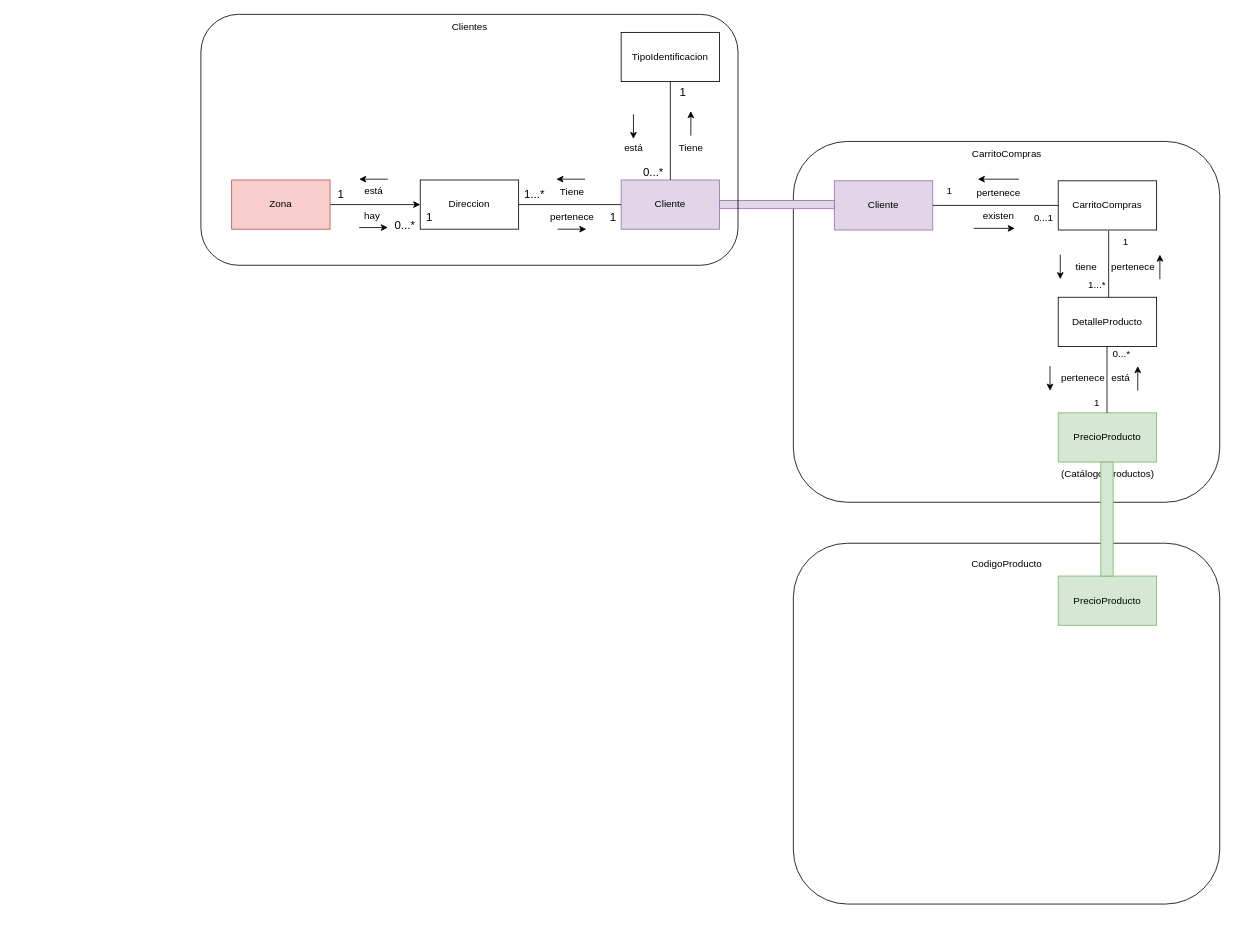
The draw.io diagram page "ContextMapping V1" (6 of 7) of TiendaOnline_Disenio.drawio in andrescardo98/doo, before the edit. Source tidied: cells renumbered, new cells numbered last; positions are measured from the earlier drawing's top-left corner, leaving out a move shared by most shapes. Both pictures are drawn from the tidied source at 82%, with x=0, y=0 at pixel (201, 14).
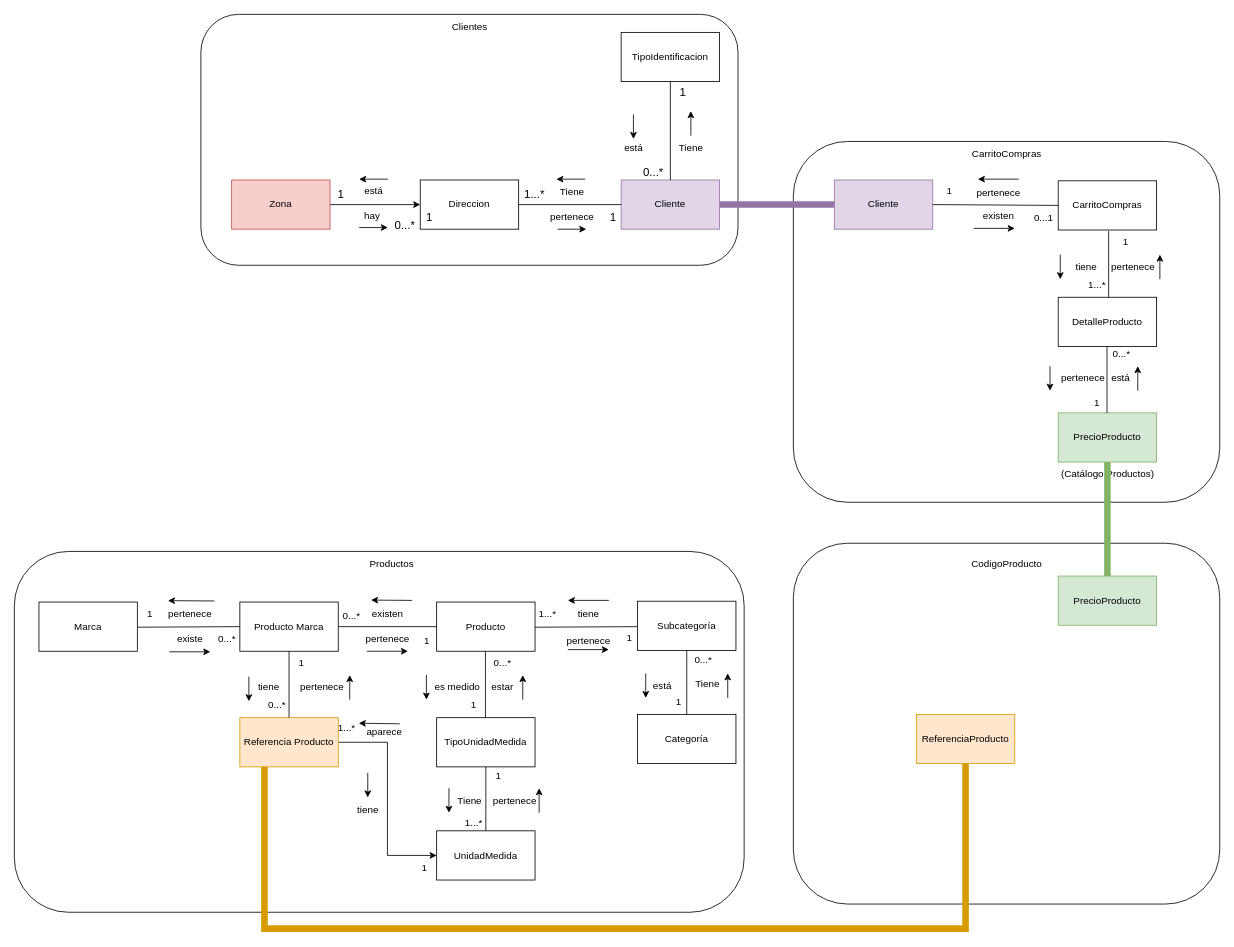
After the change.

Unchanged cells that the change refers to:
```xml
<mxCell id="4" value="PrecioProducto" style="rounded=0;whiteSpace=wrap;html=1;fillColor=#d5e8d4;strokeColor=#82b366;" parent="1" vertex="1">
  <mxGeometry x="1045" y="486" width="120" height="60" as="geometry" />
</mxCell>
<mxCell id="32" value="Cliente" style="rounded=0;whiteSpace=wrap;html=1;fillColor=#e1d5e7;strokeColor=#9673a6;" parent="1" vertex="1">
  <mxGeometry x="512" y="202" width="120" height="60" as="geometry" />
</mxCell>
<mxCell id="33" value="TipoIdentificacion" style="rounded=0;whiteSpace=wrap;html=1;" parent="1" vertex="1">
  <mxGeometry x="512" y="22" width="120" height="60" as="geometry" />
</mxCell>
<mxCell id="61" value="PrecioProducto" style="rounded=0;whiteSpace=wrap;html=1;fillColor=#d5e8d4;strokeColor=#82b366;" parent="1" vertex="1">
  <mxGeometry x="1045" y="685" width="120" height="60" as="geometry" />
</mxCell>
```

What changed in the source:
```diff
@@
     <mxCell id="3" value="Cliente" style="rounded=0;whiteSpace=wrap;html=1;fillColor=#e1d5e7;strokeColor=#9673a6;" parent="1" vertex="1">
-      <mxGeometry x="772" y="203" width="120" height="60" as="geometry" />
+      <mxGeometry x="772" y="202" width="120" height="60" as="geometry" />
     </mxCell>
@@
-    <mxCell id="30" style="rounded=0;whiteSpace=wrap;html=1;fillColor=#e1d5e7;strokeColor=#9673a6;" parent="1" vertex="1">
-      <mxGeometry x="632" y="227" width="140" height="10" as="geometry" />
-    </mxCell>
@@
+    <mxCell id="63" style="edgeStyle=orthogonalEdgeStyle;rounded=0;jettySize=auto;html=1;exitX=1;exitY=0.5;exitDx=0;exitDy=0;entryX=0;entryY=0.5;entryDx=0;entryDy=0;endArrow=none;endFill=0;strokeWidth=8;fillColor=#e1d5e7;strokeColor=#9673a6;" parent="1" edge="1" source="32" target="3">
+      <mxGeometry relative="1" as="geometry" />
+    </mxCell>
@@
-    <mxCell id="34" style="endArrow=none;html=1;rounded=0;entryX=0.5;entryY=1;entryDx=0;entryDy=0;exitX=0.5;exitY=0;exitDx=0;exitDy=0;" parent="1" edge="1" source="32" target="33">
+    <mxCell id="34" style="endArrow=none;html=1;rounded=0;entryX=0.5;entryY=1;entryDx=0;entryDy=0;exitX=0.5;exitY=0;exitDx=0;exitDy=0;strokeWidth=1;" parent="1" edge="1" source="32" target="33">
       <mxGeometry relative="1" as="geometry" />
     </mxCell>
@@
+    <mxCell id="64" style="edgeStyle=orthogonalEdgeStyle;rounded=0;jettySize=auto;html=1;exitX=0.5;exitY=0;exitDx=0;exitDy=0;entryX=0.5;entryY=1;entryDx=0;entryDy=0;endArrow=none;endFill=0;strokeWidth=8;fillColor=#d5e8d4;strokeColor=#82b366;" parent="1" edge="1" source="61" target="4">
+      <mxGeometry relative="1" as="geometry" />
+    </mxCell>
@@
-    <mxCell id="62" style="rounded=0;whiteSpace=wrap;html=1;fillColor=#d5e8d4;strokeColor=#82b366;" parent="1" vertex="1">
-      <mxGeometry x="1097" y="546" width="15" height="139" as="geometry" />
-    </mxCell>
+    <mxCell id="65" value="ReferenciaProducto" style="rounded=0;whiteSpace=wrap;html=1;fillColor=#ffe6cc;strokeColor=#d79b00;" parent="1" vertex="1">
+      <mxGeometry x="872" y="853.7" width="120" height="60" as="geometry" />
+    </mxCell>
+    <mxCell id="66" style="rounded=1;whiteSpace=wrap;html=1;gradientColor=none;fillColor=none;" parent="1" vertex="1">
+      <mxGeometry x="-228" y="655" width="890" height="440" as="geometry" />
+    </mxCell>
+    <mxCell id="67" value="Productos" style="text;html=1;align=center;verticalAlign=middle;strokeColor=none;fillColor=none;" parent="1" vertex="1">
+      <mxGeometry x="192" y="655" width="80" height="30" as="geometry" />
+    </mxCell>
+    <mxCell id="68" value="Producto" style="rounded=0;whiteSpace=wrap;html=1;" parent="1" vertex="1">
+      <mxGeometry x="287" y="716.7" width="120" height="60" as="geometry" />
+    </mxCell>
+    <mxCell id="69" value="Producto Marca" style="rounded=0;whiteSpace=wrap;html=1;" parent="1" vertex="1">
+      <mxGeometry x="47" y="716.7" width="120" height="60" as="geometry" />
+    </mxCell>
+    <mxCell id="70" value="Marca" style="rounded=0;whiteSpace=wrap;html=1;" parent="1" vertex="1">
+      <mxGeometry x="-198" y="716.7" width="120" height="60" as="geometry" />
+    </mxCell>
+    <mxCell id="71" style="endArrow=none;html=1;rounded=0;exitX=1;exitY=0.5;exitDx=0;exitDy=0;entryX=0;entryY=0.5;entryDx=0;entryDy=0;" parent="1" edge="1" source="69" target="68">
+      <mxGeometry relative="1" as="geometry" />
+    </mxCell>
+    <mxCell id="72" value="pertenece" style="text;html=1;align=center;verticalAlign=middle;strokeColor=none;fillColor=none;" parent="1" vertex="1">
+      <mxGeometry x="187" y="746.7" width="80" height="30" as="geometry" />
+    </mxCell>
+    <mxCell id="73" style="endArrow=classic;html=1;rounded=0;" parent="1" edge="1">
+      <mxGeometry relative="1" as="geometry">
+        <mxPoint x="202" y="776.7" as="sourcePoint" />
+        <mxPoint x="252" y="776.7" as="targetPoint" />
+      </mxGeometry>
+    </mxCell>
+    <mxCell id="74" value="1" style="text;html=1;align=center;verticalAlign=middle;strokeColor=none;fillColor=none;" parent="1" vertex="1">
+      <mxGeometry x="260" y="749.4" width="30" height="30" as="geometry" />
+    </mxCell>
+    <mxCell id="75" value="existen" style="text;html=1;align=center;verticalAlign=middle;points=[];strokeColor=none;fillColor=none;" parent="1" vertex="1">
+      <mxGeometry x="197" y="716.7" width="60" height="30" as="geometry" />
+    </mxCell>
+    <mxCell id="76" style="endArrow=classic;html=1;rounded=0;entryX=0.167;entryY=-0.08;entryDx=0;entryDy=0;entryPerimeter=0;" parent="1" edge="1" target="75">
+      <mxGeometry relative="1" as="geometry">
+        <mxPoint x="257" y="714.7" as="sourcePoint" />
+      </mxGeometry>
+    </mxCell>
+    <mxCell id="77" value="0...*" style="text;html=1;align=center;verticalAlign=middle;strokeColor=none;fillColor=none;" parent="1" vertex="1">
+      <mxGeometry x="163" y="718.7" width="40" height="30" as="geometry" />
+    </mxCell>
+    <mxCell id="78" value="existe" style="text;html=1;align=center;verticalAlign=middle;strokeColor=none;fillColor=none;" parent="1" vertex="1">
+      <mxGeometry x="-39" y="747.4" width="50" height="30" as="geometry" />
+    </mxCell>
+    <mxCell id="79" style="endArrow=classic;html=1;rounded=0;" parent="1" edge="1">
+      <mxGeometry relative="1" as="geometry">
+        <mxPoint x="-39" y="777.4" as="sourcePoint" />
+        <mxPoint x="11" y="777.4" as="targetPoint" />
+      </mxGeometry>
+    </mxCell>
+    <mxCell id="80" value="0...*" style="text;html=1;align=center;verticalAlign=middle;strokeColor=none;fillColor=none;" parent="1" vertex="1">
+      <mxGeometry x="11" y="746.7" width="40" height="30" as="geometry" />
+    </mxCell>
+    <mxCell id="81" value="pertenece" style="text;html=1;align=center;verticalAlign=middle;points=[];strokeColor=none;fillColor=none;" parent="1" vertex="1">
+      <mxGeometry x="-54" y="717.4" width="80" height="30" as="geometry" />
+    </mxCell>
+    <mxCell id="82" style="endArrow=classic;html=1;rounded=0;entryX=0.167;entryY=-0.08;entryDx=0;entryDy=0;entryPerimeter=0;" parent="1" edge="1" target="81">
+      <mxGeometry relative="1" as="geometry">
+        <mxPoint x="16" y="715.4" as="sourcePoint" />
+      </mxGeometry>
+    </mxCell>
+    <mxCell id="83" value="1" style="text;html=1;align=center;verticalAlign=middle;strokeColor=none;fillColor=none;" parent="1" vertex="1">
+      <mxGeometry x="-78" y="716.7" width="30" height="30" as="geometry" />
+    </mxCell>
+    <mxCell id="84" style="endArrow=none;html=1;rounded=0;exitX=1;exitY=0.5;exitDx=0;exitDy=0;entryX=0;entryY=0.5;entryDx=0;entryDy=0;" parent="1" edge="1" target="69">
+      <mxGeometry relative="1" as="geometry">
+        <mxPoint x="-78" y="747.4" as="sourcePoint" />
+      </mxGeometry>
+    </mxCell>
+    <mxCell id="85" style="edgeStyle=orthogonalEdgeStyle;rounded=0;jettySize=auto;html=1;exitX=0.25;exitY=1;exitDx=0;exitDy=0;entryX=0.5;entryY=1;entryDx=0;entryDy=0;strokeWidth=8;endArrow=none;endFill=0;fillColor=#ffe6cc;strokeColor=#d79b00;" parent="1" edge="1" source="87" target="65">
+      <mxGeometry relative="1" as="geometry">
+        <Array as="points">
+          <mxPoint x="77" y="1115" />
+          <mxPoint x="932" y="1115" />
+        </Array>
+      </mxGeometry>
+    </mxCell>
+    <mxCell id="86" style="edgeStyle=orthogonalEdgeStyle;rounded=0;jettySize=auto;html=1;exitX=1;exitY=0.5;exitDx=0;exitDy=0;entryX=0;entryY=0.5;entryDx=0;entryDy=0;" parent="1" edge="1" source="87" target="96">
+      <mxGeometry relative="1" as="geometry" />
+    </mxCell>
+    <mxCell id="87" value="Referencia Producto" style="rounded=0;whiteSpace=wrap;html=1;fillColor=#ffe6cc;strokeColor=#d79b00;" parent="1" vertex="1">
+      <mxGeometry x="47" y="857.7" width="120" height="60" as="geometry" />
+    </mxCell>
+    <mxCell id="88" style="endArrow=none;html=1;rounded=0;exitX=0.5;exitY=0;exitDx=0;exitDy=0;entryX=0.5;entryY=1;entryDx=0;entryDy=0;" parent="1" edge="1" source="87" target="69">
+      <mxGeometry relative="1" as="geometry" />
+    </mxCell>
+    <mxCell id="89" value="pertenece" style="text;html=1;align=center;verticalAlign=middle;strokeColor=none;fillColor=none;" parent="1" vertex="1">
+      <mxGeometry x="107" y="805.7" width="80" height="30" as="geometry" />
+    </mxCell>
+    <mxCell id="90" value="1" style="text;html=1;align=center;verticalAlign=middle;strokeColor=none;fillColor=none;" parent="1" vertex="1">
+      <mxGeometry x="107" y="775.7" width="30" height="30" as="geometry" />
+    </mxCell>
+    <mxCell id="91" style="endArrow=classic;html=1;rounded=0;entryX=0.167;entryY=-0.08;entryDx=0;entryDy=0;entryPerimeter=0;" parent="1" edge="1">
+      <mxGeometry relative="1" as="geometry">
+        <mxPoint x="181" y="835.7" as="sourcePoint" />
+        <mxPoint x="181" y="805.7" as="targetPoint" />
+      </mxGeometry>
+    </mxCell>
+    <mxCell id="92" value="tiene" style="text;html=1;align=center;verticalAlign=middle;strokeColor=none;fillColor=none;" parent="1" vertex="1">
+      <mxGeometry x="57" y="805.7" width="50" height="30" as="geometry" />
+    </mxCell>
+    <mxCell id="93" style="endArrow=classic;html=1;rounded=0;exitX=1.025;exitY=1.033;exitDx=0;exitDy=0;exitPerimeter=0;" parent="1" edge="1">
+      <mxGeometry relative="1" as="geometry">
+        <mxPoint x="58" y="807.7" as="sourcePoint" />
+        <mxPoint x="58" y="837.7" as="targetPoint" />
+      </mxGeometry>
+    </mxCell>
+    <mxCell id="94" value="0...*" style="text;html=1;align=center;verticalAlign=middle;strokeColor=none;fillColor=none;" parent="1" vertex="1">
+      <mxGeometry x="72" y="827.7" width="40" height="30" as="geometry" />
+    </mxCell>
+    <mxCell id="95" value="TipoUnidadMedida" style="rounded=0;whiteSpace=wrap;html=1;" parent="1" vertex="1">
+      <mxGeometry x="287" y="857.7" width="120" height="60" as="geometry" />
+    </mxCell>
+    <mxCell id="96" value="UnidadMedida" style="rounded=0;whiteSpace=wrap;html=1;" parent="1" vertex="1">
+      <mxGeometry x="287" y="995.7" width="120" height="60" as="geometry" />
+    </mxCell>
+    <mxCell id="97" style="endArrow=none;html=1;rounded=0;exitX=0.5;exitY=0;exitDx=0;exitDy=0;entryX=0.5;entryY=1;entryDx=0;entryDy=0;" parent="1" edge="1">
+      <mxGeometry relative="1" as="geometry">
+        <mxPoint x="346.5" y="857.7" as="sourcePoint" />
+        <mxPoint x="346.5" y="776.7" as="targetPoint" />
+      </mxGeometry>
+    </mxCell>
+    <mxCell id="98" value="estar" style="text;html=1;align=center;verticalAlign=middle;strokeColor=none;fillColor=none;" parent="1" vertex="1">
+      <mxGeometry x="342" y="805.7" width="50" height="30" as="geometry" />
+    </mxCell>
+    <mxCell id="99" value="es medido" style="text;html=1;align=center;verticalAlign=middle;strokeColor=none;fillColor=none;" parent="1" vertex="1">
+      <mxGeometry x="272" y="805.7" width="80" height="30" as="geometry" />
+    </mxCell>
+    <mxCell id="100" style="endArrow=classic;html=1;rounded=0;entryX=0.167;entryY=-0.08;entryDx=0;entryDy=0;entryPerimeter=0;" parent="1" edge="1">
+      <mxGeometry relative="1" as="geometry">
+        <mxPoint x="392" y="835.7" as="sourcePoint" />
+        <mxPoint x="392" y="805.7" as="targetPoint" />
+      </mxGeometry>
+    </mxCell>
+    <mxCell id="101" style="endArrow=classic;html=1;rounded=0;exitX=1.025;exitY=1.033;exitDx=0;exitDy=0;exitPerimeter=0;" parent="1" edge="1">
+      <mxGeometry relative="1" as="geometry">
+        <mxPoint x="274.5" y="805.7" as="sourcePoint" />
+        <mxPoint x="274.5" y="835.7" as="targetPoint" />
+      </mxGeometry>
+    </mxCell>
+    <mxCell id="102" value="1" style="text;html=1;align=center;verticalAlign=middle;strokeColor=none;fillColor=none;" parent="1" vertex="1">
+      <mxGeometry x="317" y="827.7" width="30" height="30" as="geometry" />
+    </mxCell>
+    <mxCell id="103" value="0...*" style="text;html=1;align=center;verticalAlign=middle;strokeColor=none;fillColor=none;" parent="1" vertex="1">
+      <mxGeometry x="347" y="775.7" width="40" height="30" as="geometry" />
+    </mxCell>
+    <mxCell id="104" value="pertenece" style="text;html=1;align=center;verticalAlign=middle;strokeColor=none;fillColor=none;" parent="1" vertex="1">
+      <mxGeometry x="342" y="943.7" width="80" height="30" as="geometry" />
+    </mxCell>
+    <mxCell id="105" style="endArrow=none;html=1;rounded=0;exitX=0.5;exitY=0;exitDx=0;exitDy=0;entryX=0.5;entryY=1;entryDx=0;entryDy=0;" parent="1" edge="1" source="96" target="95">
+      <mxGeometry relative="1" as="geometry" />
+    </mxCell>
+    <mxCell id="106" value="1" style="text;html=1;align=center;verticalAlign=middle;strokeColor=none;fillColor=none;" parent="1" vertex="1">
+      <mxGeometry x="347" y="913.7" width="30" height="30" as="geometry" />
+    </mxCell>
+    <mxCell id="107" value="Tiene" style="text;html=1;align=center;verticalAlign=middle;strokeColor=none;fillColor=none;" parent="1" vertex="1">
+      <mxGeometry x="302" y="943.7" width="50" height="30" as="geometry" />
+    </mxCell>
+    <mxCell id="108" style="endArrow=classic;html=1;rounded=0;exitX=1.025;exitY=1.033;exitDx=0;exitDy=0;exitPerimeter=0;" parent="1" edge="1">
+      <mxGeometry relative="1" as="geometry">
+        <mxPoint x="302" y="943.7" as="sourcePoint" />
+        <mxPoint x="302" y="973.7" as="targetPoint" />
+      </mxGeometry>
+    </mxCell>
+    <mxCell id="109" style="endArrow=classic;html=1;rounded=0;entryX=0.167;entryY=-0.08;entryDx=0;entryDy=0;entryPerimeter=0;" parent="1" edge="1">
+      <mxGeometry relative="1" as="geometry">
+        <mxPoint x="412" y="973.7" as="sourcePoint" />
+        <mxPoint x="412" y="943.7" as="targetPoint" />
+      </mxGeometry>
+    </mxCell>
+    <mxCell id="110" style="endArrow=none;html=1;rounded=0;exitX=1;exitY=0.5;exitDx=0;exitDy=0;entryX=0;entryY=0.5;entryDx=0;entryDy=0;" parent="1" edge="1">
+      <mxGeometry relative="1" as="geometry">
+        <mxPoint x="407" y="747.4" as="sourcePoint" />
+        <mxPoint x="532" y="746.7" as="targetPoint" />
+      </mxGeometry>
+    </mxCell>
+    <mxCell id="111" value="pertenece" style="text;html=1;align=center;verticalAlign=middle;strokeColor=none;fillColor=none;" parent="1" vertex="1">
+      <mxGeometry x="432" y="748.7" width="80" height="30" as="geometry" />
+    </mxCell>
+    <mxCell id="112" style="endArrow=classic;html=1;rounded=0;" parent="1" edge="1">
+      <mxGeometry relative="1" as="geometry">
+        <mxPoint x="447" y="774.7" as="sourcePoint" />
+        <mxPoint x="497" y="774.7" as="targetPoint" />
+      </mxGeometry>
+    </mxCell>
+    <mxCell id="113" value="1" style="text;html=1;align=center;verticalAlign=middle;strokeColor=none;fillColor=none;" parent="1" vertex="1">
+      <mxGeometry x="507" y="745.7" width="30" height="30" as="geometry" />
+    </mxCell>
+    <mxCell id="114" value="tiene" style="text;html=1;align=center;verticalAlign=middle;strokeColor=none;fillColor=none;" parent="1" vertex="1">
+      <mxGeometry x="447" y="717.4" width="50" height="30" as="geometry" />
+    </mxCell>
+    <mxCell id="115" style="endArrow=classic;html=1;rounded=0;entryX=0.167;entryY=-0.08;entryDx=0;entryDy=0;entryPerimeter=0;" parent="1" edge="1">
+      <mxGeometry relative="1" as="geometry">
+        <mxPoint x="497" y="714.7" as="sourcePoint" />
+        <mxPoint x="447" y="714.7" as="targetPoint" />
+      </mxGeometry>
+    </mxCell>
+    <mxCell id="116" value="1...*" style="text;html=1;align=center;verticalAlign=middle;strokeColor=none;fillColor=none;" parent="1" vertex="1">
+      <mxGeometry x="402" y="715.7" width="40" height="30" as="geometry" />
+    </mxCell>
+    <mxCell id="117" value="Categoría" style="rounded=0;whiteSpace=wrap;html=1;" parent="1" vertex="1">
+      <mxGeometry x="532" y="853.7" width="120" height="60" as="geometry" />
+    </mxCell>
+    <mxCell id="118" value="Subcategoría" style="rounded=0;whiteSpace=wrap;html=1;" parent="1" vertex="1">
+      <mxGeometry x="532" y="715.7" width="120" height="60" as="geometry" />
+    </mxCell>
+    <mxCell id="119" value="Tiene" style="text;html=1;align=center;verticalAlign=middle;strokeColor=none;fillColor=none;" parent="1" vertex="1">
+      <mxGeometry x="592" y="801.7" width="50" height="30" as="geometry" />
+    </mxCell>
+    <mxCell id="120" value="está" style="text;html=1;align=center;verticalAlign=middle;strokeColor=none;fillColor=none;" parent="1" vertex="1">
+      <mxGeometry x="537" y="803.7" width="50" height="30" as="geometry" />
+    </mxCell>
+    <mxCell id="121" style="endArrow=none;html=1;rounded=0;exitX=0.5;exitY=0;exitDx=0;exitDy=0;entryX=0.5;entryY=1;entryDx=0;entryDy=0;" parent="1" edge="1" source="117" target="118">
+      <mxGeometry relative="1" as="geometry" />
+    </mxCell>
+    <mxCell id="122" style="endArrow=classic;html=1;rounded=0;entryX=0.167;entryY=-0.08;entryDx=0;entryDy=0;entryPerimeter=0;" parent="1" edge="1">
+      <mxGeometry relative="1" as="geometry">
+        <mxPoint x="642" y="833.7" as="sourcePoint" />
+        <mxPoint x="642" y="803.7" as="targetPoint" />
+      </mxGeometry>
+    </mxCell>
+    <mxCell id="123" style="endArrow=classic;html=1;rounded=0;exitX=1.025;exitY=1.033;exitDx=0;exitDy=0;exitPerimeter=0;" parent="1" edge="1">
+      <mxGeometry relative="1" as="geometry">
+        <mxPoint x="542" y="803.7" as="sourcePoint" />
+        <mxPoint x="542" y="833.7" as="targetPoint" />
+      </mxGeometry>
+    </mxCell>
+    <mxCell id="124" value="0...*" style="text;html=1;align=center;verticalAlign=middle;strokeColor=none;fillColor=none;" parent="1" vertex="1">
+      <mxGeometry x="592" y="771.7" width="40" height="30" as="geometry" />
+    </mxCell>
+    <mxCell id="125" value="1" style="text;html=1;align=center;verticalAlign=middle;strokeColor=none;fillColor=none;" parent="1" vertex="1">
+      <mxGeometry x="567" y="823.7" width="30" height="30" as="geometry" />
+    </mxCell>
+    <mxCell id="126" value="1...*" style="text;html=1;align=center;verticalAlign=middle;strokeColor=none;fillColor=none;" parent="1" vertex="1">
+      <mxGeometry x="312" y="970.7" width="40" height="30" as="geometry" />
+    </mxCell>
+    <mxCell id="127" value="tiene" style="text;html=1;align=center;verticalAlign=middle;strokeColor=none;fillColor=none;" parent="1" vertex="1">
+      <mxGeometry x="178" y="955" width="50" height="30" as="geometry" />
+    </mxCell>
+    <mxCell id="128" style="endArrow=classic;html=1;rounded=0;exitX=1.025;exitY=1.033;exitDx=0;exitDy=0;exitPerimeter=0;" parent="1" edge="1">
+      <mxGeometry relative="1" as="geometry">
+        <mxPoint x="203" y="925" as="sourcePoint" />
+        <mxPoint x="203" y="955" as="targetPoint" />
+      </mxGeometry>
+    </mxCell>
+    <mxCell id="129" value="1" style="text;html=1;align=center;verticalAlign=middle;strokeColor=none;fillColor=none;" parent="1" vertex="1">
+      <mxGeometry x="257" y="1025.7" width="30" height="30" as="geometry" />
+    </mxCell>
+    <mxCell id="130" value="aparece" style="text;html=1;align=center;verticalAlign=middle;strokeColor=none;fillColor=none;" parent="1" vertex="1">
+      <mxGeometry x="188" y="860" width="70" height="30" as="geometry" />
+    </mxCell>
+    <mxCell id="131" value="1...*" style="text;html=1;align=center;verticalAlign=middle;strokeColor=none;fillColor=none;" parent="1" vertex="1">
+      <mxGeometry x="157" y="855" width="40" height="30" as="geometry" />
+    </mxCell>
+    <mxCell id="132" style="endArrow=classic;html=1;rounded=0;entryX=0.167;entryY=-0.08;entryDx=0;entryDy=0;entryPerimeter=0;" parent="1" edge="1">
+      <mxGeometry relative="1" as="geometry">
+        <mxPoint x="242" y="865.2" as="sourcePoint" />
+        <mxPoint x="192" y="864.5" as="targetPoint" />
+      </mxGeometry>
+    </mxCell>
```
